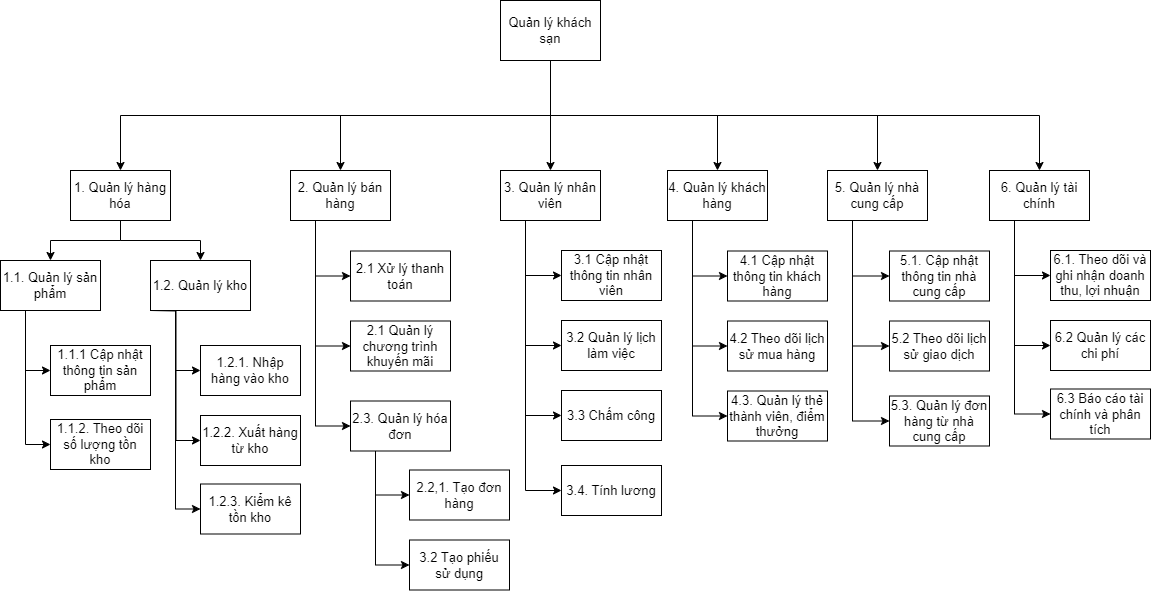
Above: Biểu đồ không có tiêu đề.drawio.png in DatLe328/Phan-tich-thiet-ke-he-thong (draw.io), before the change. Source tidied: cells renumbered, new cells last; positions are measured from the earlier drawing's top-left corner, leaving out a move shared by most shapes.
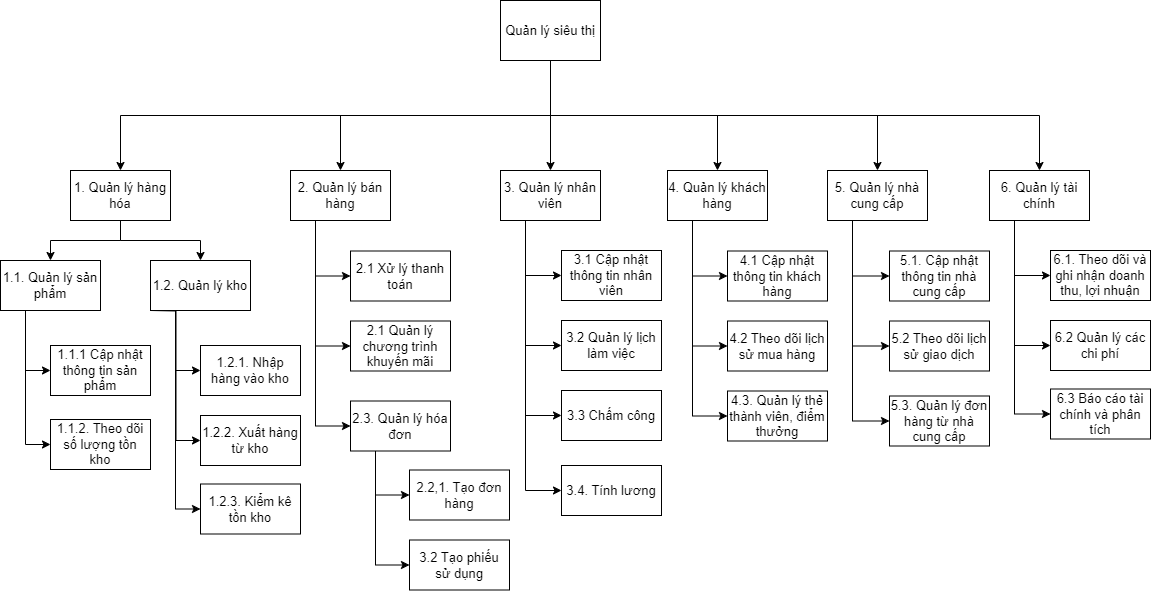
The same diagram one commit later.

Commit message:
Cập nhật Biểu đồ không có tiêu đề.drawio.png

Change to the diagram source:
```diff
@@ -20,7 +20,7 @@
     <mxCell id="7" style="edgeStyle=orthogonalEdgeStyle;rounded=0;jettySize=auto;html=1;exitX=0.5;exitY=1;exitDx=0;exitDy=0;entryX=0.5;entryY=0;entryDx=0;entryDy=0;fontSize=13;" parent="1" edge="1" source="8" target="43">
       <mxGeometry relative="1" as="geometry" />
     </mxCell>
-    <mxCell id="8" value="Quản lý khách sạn" style="html=1;dashed=0;whiteSpace=wrap;fontSize=13;" parent="1" vertex="1">
+    <mxCell id="8" value="Quản lý siêu thị" style="html=1;dashed=0;whiteSpace=wrap;fontSize=13;" parent="1" vertex="1">
       <mxGeometry x="500" width="100" height="60" as="geometry" />
     </mxCell>
     <mxCell id="9" style="edgeStyle=orthogonalEdgeStyle;rounded=0;jettySize=auto;html=1;exitX=0.5;exitY=1;exitDx=0;exitDy=0;entryX=0.5;entryY=0;entryDx=0;entryDy=0;fontSize=13;" parent="1" edge="1" source="11" target="44">
```
